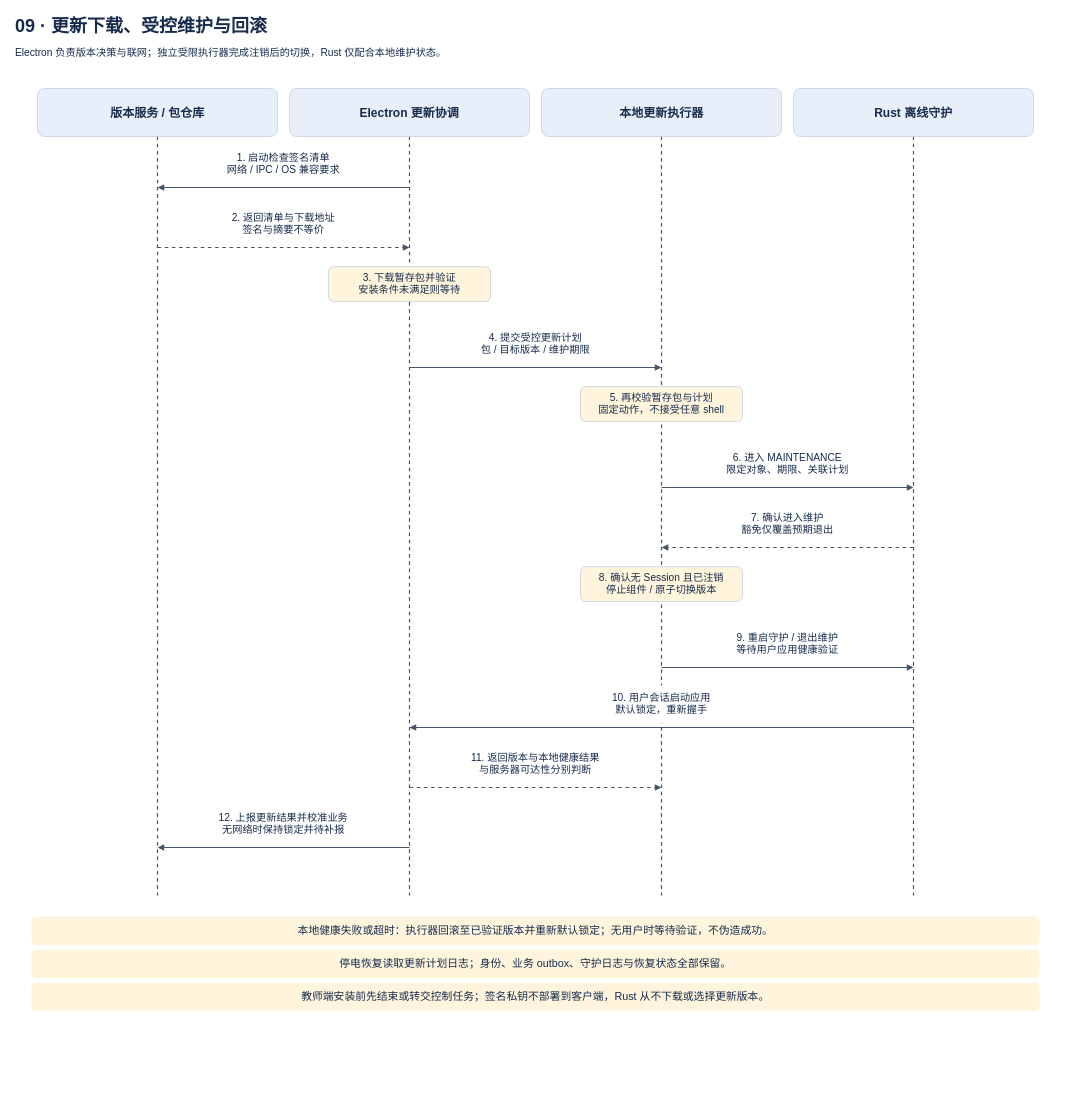
This is page "09 · 更新下载、受控维护与回滚" (9 of 10) of docs/architecture.drawio from lmyzzzz/cyez-library-management, a draw.io file, before an edit. Source tidied: cells renumbered, new cells numbered last; positions are measured from the earlier drawing's top-left corner, leaving out a move shared by most shapes. Both pictures are drawn from the tidied source at 60%, with x=0, y=0 at pixel (10, 10).
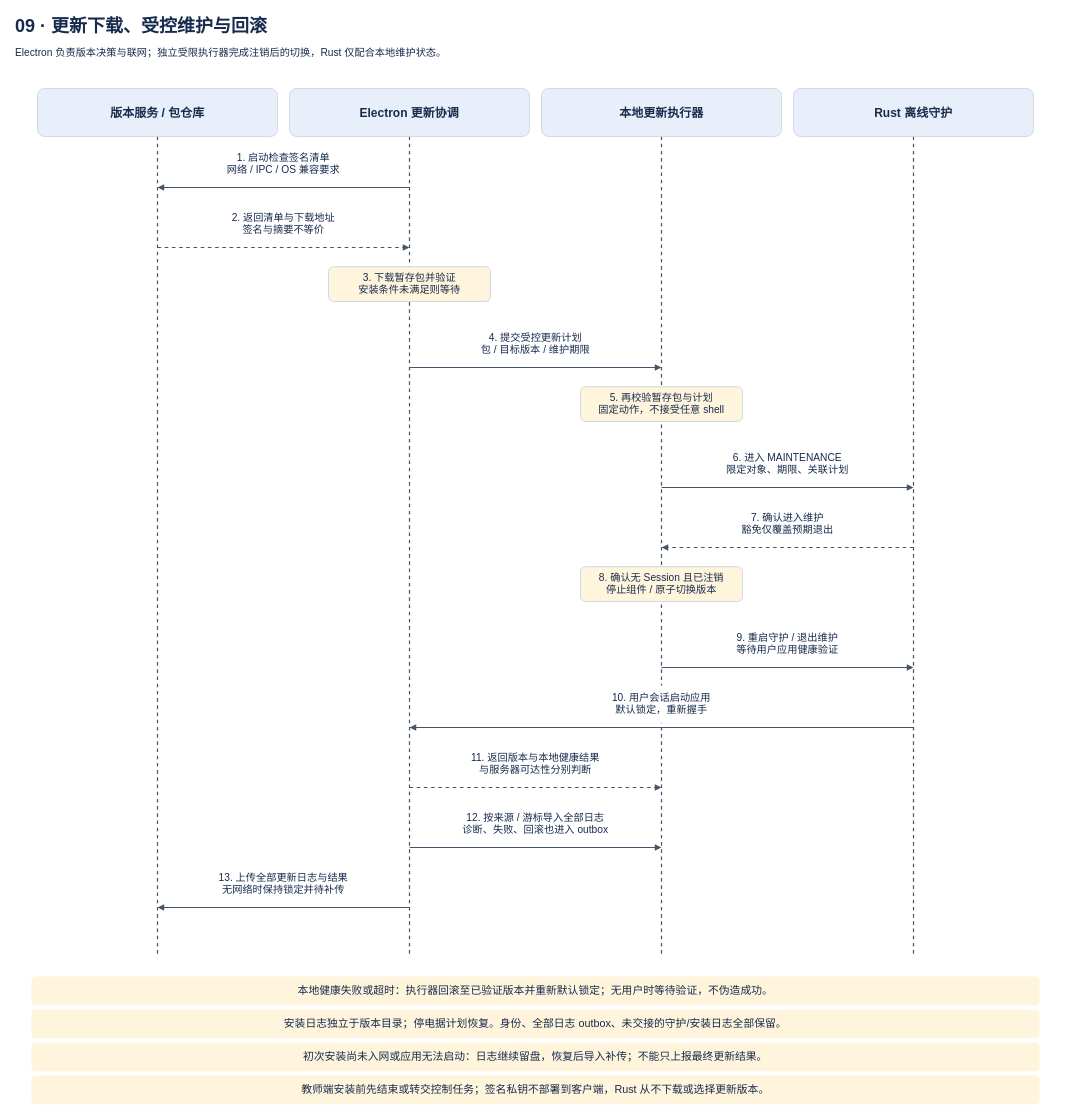
The same diagram, later.

What changed in the source:
```diff
@@
     <mxCell id="2" style="edgeStyle=none;rounded=0;html=0;strokeColor=#475569;strokeWidth=2;endArrow=none;endFill=1;startArrow=none;startFill=1;dashed=1;" parent="1" edge="1">
       <mxGeometry relative="1" as="geometry">
         <mxPoint x="245" y="210" as="sourcePoint" />
-        <mxPoint x="245" y="1475" as="targetPoint" />
+        <mxPoint x="245" y="1575" as="targetPoint" />
       </mxGeometry>
     </mxCell>
     <mxCell id="3" style="edgeStyle=none;rounded=0;html=0;strokeColor=#475569;strokeWidth=2;endArrow=none;endFill=1;startArrow=none;startFill=1;dashed=1;" parent="1" edge="1">
       <mxGeometry relative="1" as="geometry">
         <mxPoint x="665" y="210" as="sourcePoint" />
-        <mxPoint x="665" y="1475" as="targetPoint" />
+        <mxPoint x="665" y="1575" as="targetPoint" />
       </mxGeometry>
     </mxCell>
     <mxCell id="4" style="edgeStyle=none;rounded=0;html=0;strokeColor=#475569;strokeWidth=2;endArrow=none;endFill=1;startArrow=none;startFill=1;dashed=1;" parent="1" edge="1">
       <mxGeometry relative="1" as="geometry">
         <mxPoint x="1085" y="210" as="sourcePoint" />
-        <mxPoint x="1085" y="1475" as="targetPoint" />
+        <mxPoint x="1085" y="1575" as="targetPoint" />
       </mxGeometry>
     </mxCell>
     <mxCell id="5" style="edgeStyle=none;rounded=0;html=0;strokeColor=#475569;strokeWidth=2;endArrow=none;endFill=1;startArrow=none;startFill=1;dashed=1;" parent="1" edge="1">
       <mxGeometry relative="1" as="geometry">
         <mxPoint x="1505" y="210" as="sourcePoint" />
-        <mxPoint x="1505" y="1475" as="targetPoint" />
+        <mxPoint x="1505" y="1575" as="targetPoint" />
       </mxGeometry>
     </mxCell>
@@
     <mxCell id="14" style="edgeStyle=none;rounded=0;html=0;strokeColor=#475569;strokeWidth=2;endArrow=block;endFill=1;startArrow=none;startFill=1;dashed=0;" parent="1" edge="1">
       <mxGeometry relative="1" as="geometry">
         <mxPoint x="665" y="1395" as="sourcePoint" />
-        <mxPoint x="245" y="1395" as="targetPoint" />
+        <mxPoint x="1085" y="1395" as="targetPoint" />
       </mxGeometry>
     </mxCell>
+    <mxCell id="36" style="edgeStyle=none;rounded=0;html=0;strokeColor=#475569;strokeWidth=2;endArrow=block;endFill=1;startArrow=none;startFill=1;dashed=0;" parent="1" edge="1">
+      <mxGeometry relative="1" as="geometry">
+        <mxPoint x="665" y="1495" as="sourcePoint" />
+        <mxPoint x="245" y="1495" as="targetPoint" />
+      </mxGeometry>
+    </mxCell>
@@
-    <mxCell id="32" value="12. 上报更新结果并校准业务&#10;无网络时保持锁定并待补报" style="rounded=1;whiteSpace=wrap;html=0;fillColor=#ffffff;strokeColor=none;strokeWidth=1.5;fontColor=#172b4d;fontFamily=Microsoft YaHei;fontSize=17;fontStyle=0;align=center;verticalAlign=middle;spacing=8;" parent="1" vertex="1">
-      <mxGeometry x="253" y="1325" width="404" height="62" as="geometry" />
+    <mxCell id="32" value="12. 按来源 / 游标导入全部日志&#10;诊断、失败、回滚也进入 outbox" style="rounded=1;whiteSpace=wrap;html=0;fillColor=#ffffff;strokeColor=none;strokeWidth=1.5;fontColor=#172b4d;fontFamily=Microsoft YaHei;fontSize=17;fontStyle=0;align=center;verticalAlign=middle;spacing=8;" parent="1" vertex="1">
+      <mxGeometry x="673" y="1325" width="404" height="62" as="geometry" />
     </mxCell>
+    <mxCell id="37" value="13. 上传全部更新日志与结果&#10;无网络时保持锁定并待补传" style="rounded=1;whiteSpace=wrap;html=0;fillColor=#ffffff;strokeColor=none;strokeWidth=1.5;fontColor=#172b4d;fontFamily=Microsoft YaHei;fontSize=17;fontStyle=0;align=center;verticalAlign=middle;spacing=8;" parent="1" vertex="1">
+      <mxGeometry x="253" y="1425" width="404" height="62" as="geometry" />
+    </mxCell>
     <mxCell id="33" value="本地健康失败或超时：执行器回滚至已验证版本并重新默认锁定；无用户时等待验证，不伪造成功。" style="rounded=1;whiteSpace=wrap;html=0;fillColor=#fff4dc;strokeColor=none;strokeWidth=1.5;fontColor=#172b4d;fontFamily=Microsoft YaHei;fontSize=18;fontStyle=0;align=center;verticalAlign=middle;spacing=8;" parent="1" vertex="1">
-      <mxGeometry x="35" y="1510" width="1680" height="48" as="geometry" />
+      <mxGeometry x="35" y="1610" width="1680" height="48" as="geometry" />
     </mxCell>
-    <mxCell id="34" value="停电恢复读取更新计划日志；身份、业务 outbox、守护日志与恢复状态全部保留。" style="rounded=1;whiteSpace=wrap;html=0;fillColor=#fff4dc;strokeColor=none;strokeWidth=1.5;fontColor=#172b4d;fontFamily=Microsoft YaHei;fontSize=18;fontStyle=0;align=center;verticalAlign=middle;spacing=8;" parent="1" vertex="1">
-      <mxGeometry x="35" y="1565" width="1680" height="48" as="geometry" />
+    <mxCell id="34" value="安装日志独立于版本目录；停电据计划恢复。身份、全部日志 outbox、未交接的守护/安装日志全部保留。" style="rounded=1;whiteSpace=wrap;html=0;fillColor=#fff4dc;strokeColor=none;strokeWidth=1.5;fontColor=#172b4d;fontFamily=Microsoft YaHei;fontSize=18;fontStyle=0;align=center;verticalAlign=middle;spacing=8;" parent="1" vertex="1">
+      <mxGeometry x="35" y="1665" width="1680" height="48" as="geometry" />
     </mxCell>
-    <mxCell id="35" value="教师端安装前先结束或转交控制任务；签名私钥不部署到客户端，Rust 从不下载或选择更新版本。" style="rounded=1;whiteSpace=wrap;html=0;fillColor=#fff4dc;strokeColor=none;strokeWidth=1.5;fontColor=#172b4d;fontFamily=Microsoft YaHei;fontSize=18;fontStyle=0;align=center;verticalAlign=middle;spacing=8;" parent="1" vertex="1">
-      <mxGeometry x="35" y="1620" width="1680" height="48" as="geometry" />
+    <mxCell id="35" value="初次安装尚未入网或应用无法启动：日志继续留盘，恢复后导入补传；不能只上报最终更新结果。" style="rounded=1;whiteSpace=wrap;html=0;fillColor=#fff4dc;strokeColor=none;strokeWidth=1.5;fontColor=#172b4d;fontFamily=Microsoft YaHei;fontSize=18;fontStyle=0;align=center;verticalAlign=middle;spacing=8;" parent="1" vertex="1">
+      <mxGeometry x="35" y="1720" width="1680" height="48" as="geometry" />
     </mxCell>
+    <mxCell id="38" value="教师端安装前先结束或转交控制任务；签名私钥不部署到客户端，Rust 从不下载或选择更新版本。" style="rounded=1;whiteSpace=wrap;html=0;fillColor=#fff4dc;strokeColor=none;strokeWidth=1.5;fontColor=#172b4d;fontFamily=Microsoft YaHei;fontSize=18;fontStyle=0;align=center;verticalAlign=middle;spacing=8;" parent="1" vertex="1">
+      <mxGeometry x="35" y="1775" width="1680" height="48" as="geometry" />
+    </mxCell>
```
